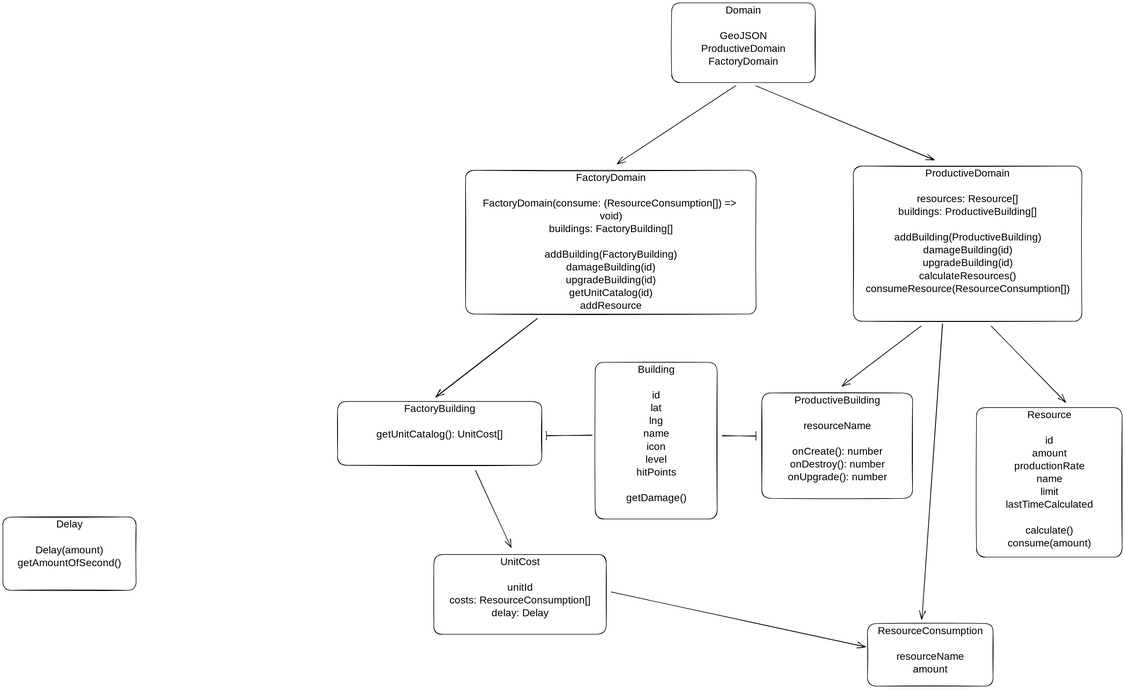
The Excalidraw diagram docs/architecture/.excalidraw.svg in Sokal21/rosario-city, before a commit. Source tidied: one line per element, renumbered; positions are measured from the earlier drawing's top-left corner, leaving out a move shared by most shapes.
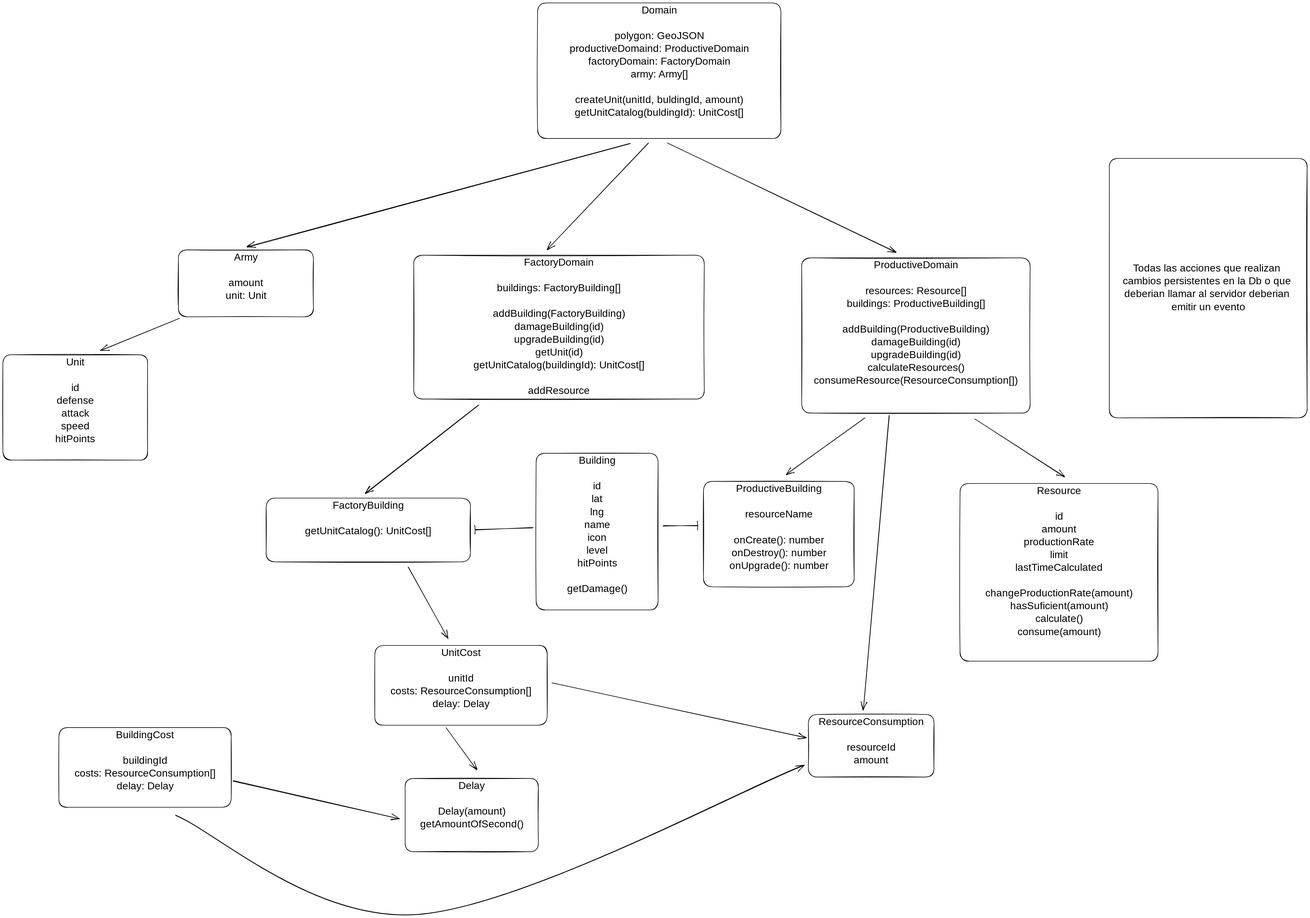
After the change.

What changed in the source:
```diff
@@ -1,32 +1,45 @@
-{"id": 0, "type": "rectangle", "strokeColor": "#000000", "strokeWidth": 2, "roughness": 1, "round": true, "x": 3417, "y": 1421, "width": 511, "height": 525}
+{"id": 0, "type": "rectangle", "strokeColor": "#000000", "strokeWidth": 2, "roughness": 1, "round": true, "x": 3567, "y": 1368, "width": 695, "height": 624}
 {"id": 1, "type": "text", "strokeColor": "#000000", "strokeWidth": 2, "roughness": 1, "fontSize": 36, "fontFamily": 1, "verticalAlign": "middle", "inside": 0, "x": 3867, "y": 1235, "width": 18, "height": 45}
-{"id": 2, "type": "text", "text": "Resource\n\nid\namount\nproductionRate\nname\nlimit\nlastTimeCalculated\n\ncalculate()\nconsume(amount)", "strokeColor": "#000000", "strokeWidth": 2, "roughness": 1, "fontSize": 36, "fontFamily": 1, "textAlign": "center", "inside": 0, "x": 3501, "y": 1426, "width": 342, "height": 495}
+{"id": 2, "type": "text", "text": "Resource\n\nid\namount\nproductionRate\nlimit\nlastTimeCalculated\n\nchangeProductionRate(amount)\nhasSuficient(amount)\ncalculate()\nconsume(amount)", "strokeColor": "#000000", "strokeWidth": 2, "roughness": 1, "fontSize": 36, "fontFamily": 1, "textAlign": "center", "inside": 0, "x": 3645, "y": 1373, "width": 538, "height": 540}
 {"id": 3, "type": "rectangle", "strokeColor": "#000000", "strokeWidth": 2, "roughness": 1, "round": true, "x": 2079, "y": 1262, "width": 428, "height": 550}
 {"id": 4, "type": "text", "text": "Building\n\nid\nlat\nlng\nname\nicon\nlevel\nhitPoints\n\ngetDamage()\n", "strokeColor": "#000000", "strokeWidth": 2, "roughness": 1, "fontSize": 36, "fontFamily": 1, "textAlign": "center", "inside": 3, "x": 2182, "y": 1267, "width": 222, "height": 540}
-{"id": 5, "type": "rectangle", "strokeColor": "#000000", "strokeWidth": 2, "roughness": 1, "round": true, "x": 2347, "y": 0, "width": 504, "height": 280}
+{"id": 5, "type": "rectangle", "strokeColor": "#000000", "strokeWidth": 2, "roughness": 1, "round": true, "x": 2084, "y": -319, "width": 854, "height": 476}
 {"id": 6, "type": "text", "strokeColor": "#000000", "strokeWidth": 2, "roughness": 1, "fontSize": 36, "fontFamily": 1, "verticalAlign": "middle", "inside": 5, "x": 3863, "y": 2010, "width": 18, "height": 45}
-{"id": 7, "type": "text", "text": "Domain\n\nGeoJSON\nProductiveDomain\nFactoryDomain\n", "strokeColor": "#000000", "strokeWidth": 2, "roughness": 1, "fontSize": 36, "fontFamily": 1, "textAlign": "center", "inside": 5, "x": 2447, "y": 5, "width": 304, "height": 270}
+{"id": 7, "type": "text", "text": "Domain\n\npolygon: GeoJSON\nproductiveDomaind: ProductiveDomain\nfactoryDomain: FactoryDomain\narmy: Army[]\n\ncreateUnit(unitId, buldingId, amount)\ngetUnitCatalog(buldingId): UnitCost[]\n", "strokeColor": "#000000", "strokeWidth": 2, "roughness": 1, "fontSize": 36, "fontFamily": 1, "textAlign": "center", "inside": 5, "x": 2180, "y": -314, "width": 663, "height": 450}
-{"id": 8, "type": "rectangle", "strokeColor": "#000000", "strokeWidth": 2, "roughness": 1, "round": true, "x": 2985, "y": 573, "width": 802, "height": 545}
+{"id": 8, "type": "rectangle", "strokeColor": "#000000", "strokeWidth": 2, "roughness": 1, "round": true, "x": 3011, "y": 576, "width": 802, "height": 545}
-{"id": 9, "type": "text", "text": "ProductiveDomain\n\nresources: Resource[]\nbuildings: ProductiveBuilding[]\n\naddBuilding(ProductiveBuilding)\ndamageBuilding(id)\nupgradeBuilding(id)\ncalculateResources()\nconsumeResource(ResourceConsumption[])", "strokeColor": "#000000", "strokeWidth": 2, "roughness": 1, "fontSize": 36, "fontFamily": 1, "textAlign": "center", "inside": 8, "x": 3026, "y": 578, "width": 720, "height": 450}
+{"id": 9, "type": "text", "text": "ProductiveDomain\n\nresources: Resource[]\nbuildings: ProductiveBuilding[]\n\naddBuilding(ProductiveBuilding)\ndamageBuilding(id)\nupgradeBuilding(id)\ncalculateResources()\nconsumeResource(ResourceConsumption[])", "strokeColor": "#000000", "strokeWidth": 2, "roughness": 1, "fontSize": 36, "fontFamily": 1, "textAlign": "center", "inside": 8, "x": 3052, "y": 581, "width": 720, "height": 450}
-{"id": 10, "type": "rectangle", "strokeColor": "#000000", "strokeWidth": 2, "roughness": 1, "round": true, "x": 2663, "y": 1370, "width": 529, "height": 370}
+{"id": 10, "type": "rectangle", "strokeColor": "#000000", "strokeWidth": 2, "roughness": 1, "round": true, "x": 2666, "y": 1361, "width": 529, "height": 370}
-{"id": 11, "type": "text", "text": "ProductiveBuilding\n\nresourceName\n\nonCreate(): number\nonDestroy(): number\nonUpgrade(): number\n", "strokeColor": "#000000", "strokeWidth": 2, "roughness": 1, "fontSize": 36, "fontFamily": 1, "textAlign": "center", "inside": 10, "x": 2755, "y": 1375, "width": 345, "height": 360}
+{"id": 11, "type": "text", "text": "ProductiveBuilding\n\nresourceName\n\nonCreate(): number\nonDestroy(): number\nonUpgrade(): number\n", "strokeColor": "#000000", "strokeWidth": 2, "roughness": 1, "fontSize": 36, "fontFamily": 1, "textAlign": "center", "inside": 10, "x": 2758, "y": 1366, "width": 345, "height": 360}
-{"id": 12, "type": "arrow", "strokeColor": "#000000", "strokeWidth": 2, "roughness": 1, "endArrowhead": "bar", "round": true, "from": 3, "to": 10, "x": 2525, "y": 1520, "width": 118, "height": 1, "points": [[0, 0], [118, 1]]}
+{"id": 12, "type": "arrow", "strokeColor": "#000000", "strokeWidth": 2, "roughness": 1, "endArrowhead": "bar", "round": true, "from": 3, "to": 10, "x": 2525, "y": 1517, "width": 120, "height": 1, "points": [[0, 0], [120, -1]]}
-{"id": 13, "type": "arrow", "strokeColor": "#000000", "strokeWidth": 2, "roughness": 1, "endArrowhead": "arrow", "round": true, "from": 8, "to": 10, "x": 3221, "y": 1136, "width": 277, "height": 210, "points": [[0, 0], [-277, 210]]}
+{"id": 13, "type": "arrow", "strokeColor": "#000000", "strokeWidth": 2, "roughness": 1, "endArrowhead": "arrow", "round": true, "from": 8, "to": 10, "x": 3232, "y": 1139, "width": 276, "height": 198, "points": [[0, 0], [-276, 198]]}
-{"id": 14, "type": "arrow", "strokeColor": "#000000", "strokeWidth": 2, "roughness": 1, "endArrowhead": "arrow", "round": true, "from": 8, "to": 0, "x": 3469, "y": 1135, "width": 259, "height": 267, "points": [[0, 0], [259, 267]]}
+{"id": 14, "type": "arrow", "strokeColor": "#000000", "strokeWidth": 2, "roughness": 1, "endArrowhead": "arrow", "round": true, "from": 8, "to": 0, "x": 3619, "y": 1142, "width": 313, "height": 203, "points": [[0, 0], [313, 203]]}
-{"id": 15, "type": "arrow", "strokeColor": "#000000", "strokeWidth": 2, "roughness": 1, "endArrowhead": "arrow", "round": true, "from": 5, "to": 8, "x": 2644, "y": 291, "width": 623, "height": 260, "points": [[0, 0], [623, 260]]}
+{"id": 15, "type": "arrow", "strokeColor": "#000000", "strokeWidth": 2, "roughness": 1, "endArrowhead": "arrow", "round": true, "from": 5, "to": 8, "x": 2541, "y": 173, "width": 800, "height": 383, "points": [[0, 0], [800, 383]]}
-{"id": 16, "type": "rectangle", "strokeColor": "#000000", "strokeWidth": 2, "roughness": 1, "round": true, "x": 1174, "y": 1400, "width": 717, "height": 224}
+{"id": 16, "type": "rectangle", "strokeColor": "#000000", "strokeWidth": 2, "roughness": 1, "round": true, "x": 1131, "y": 1420, "width": 717, "height": 224}
-{"id": 17, "type": "text", "text": "FactoryBuilding\n\ngetUnitCatalog(): UnitCost[]\n", "strokeColor": "#000000", "strokeWidth": 2, "roughness": 1, "fontSize": 36, "fontFamily": 1, "textAlign": "center", "inside": 16, "x": 1277, "y": 1405, "width": 511, "height": 180}
+{"id": 17, "type": "text", "text": "FactoryBuilding\n\ngetUnitCatalog(): UnitCost[]\n", "strokeColor": "#000000", "strokeWidth": 2, "roughness": 1, "fontSize": 36, "fontFamily": 1, "textAlign": "center", "inside": 16, "x": 1234, "y": 1425, "width": 511, "height": 180}
-{"id": 18, "type": "arrow", "strokeColor": "#000000", "strokeWidth": 2, "roughness": 1, "endArrowhead": "bar", "round": true, "from": 3, "to": 16, "x": 2068, "y": 1519, "width": 161, "height": 2, "points": [[0, 0], [-161, 2]]}
+{"id": 18, "type": "arrow", "strokeColor": "#000000", "strokeWidth": 2, "roughness": 1, "endArrowhead": "bar", "round": true, "from": 3, "to": 16, "x": 2068, "y": 1524, "width": 204, "height": 8, "points": [[0, 0], [-204, 8]]}
 {"id": 19, "type": "rectangle", "strokeColor": "#000000", "strokeWidth": 2, "roughness": 1, "round": true, "x": 3034, "y": 2179, "width": 441, "height": 220}
-{"id": 20, "type": "text", "text": "ResourceConsumption\n\nresourceName\namount", "strokeColor": "#000000", "strokeWidth": 2, "roughness": 1, "fontSize": 36, "fontFamily": 1, "textAlign": "center", "inside": 19, "x": 3073, "y": 2184, "width": 363, "height": 180}
+{"id": 20, "type": "text", "text": "ResourceConsumption\n\nresourceId\namount", "strokeColor": "#000000", "strokeWidth": 2, "roughness": 1, "fontSize": 36, "fontFamily": 1, "textAlign": "center", "inside": 19, "x": 3073, "y": 2184, "width": 363, "height": 180}
-{"id": 21, "type": "arrow", "strokeColor": "#000000", "strokeWidth": 2, "roughness": 1, "endArrowhead": "arrow", "round": true, "from": 8, "to": 19, "x": 3297, "y": 1126, "width": 72, "height": 1037, "points": [[0, 0], [-72, 1037]]}
+{"id": 21, "type": "arrow", "strokeColor": "#000000", "strokeWidth": 2, "roughness": 1, "endArrowhead": "arrow", "round": true, "from": 8, "to": 19, "x": 3317, "y": 1130, "width": 90, "height": 1034, "points": [[0, 0], [-90, 1034]]}
 {"id": 22, "type": "rectangle", "strokeColor": "#000000", "strokeWidth": 2, "roughness": 1, "round": true, "x": 1513, "y": 1937, "width": 605, "height": 280}
 {"id": 23, "type": "text", "text": "UnitCost\n\nunitId\ncosts: ResourceConsumption[]\ndelay: Delay\n", "strokeColor": "#000000", "strokeWidth": 2, "roughness": 1, "fontSize": 36, "fontFamily": 1, "textAlign": "center", "inside": 22, "x": 1554, "y": 1942, "width": 523, "height": 270}
-{"id": 24, "type": "rectangle", "strokeColor": "#000000", "strokeWidth": 2, "roughness": 1, "round": true, "x": 1623, "y": 588, "width": 1020, "height": 505}
+{"id": 24, "type": "rectangle", "strokeColor": "#000000", "strokeWidth": 2, "roughness": 1, "round": true, "x": 1649, "y": 567, "width": 1020, "height": 505}
-{"id": 25, "type": "text", "text": "FactoryDomain\n\nFactoryDomain(consume: (ResourceConsumption[]) => \nvoid)\nbuildings: FactoryBuilding[]\n\naddBuilding(FactoryBuilding)\ndamageBuilding(id)\nupgradeBuilding(id)\ngetUnitCatalog(id)\naddResource", "strokeColor": "#000000", "strokeWidth": 2, "roughness": 1, "fontSize": 36, "fontFamily": 1, "textAlign": "center", "inside": 24, "x": 1666, "y": 593, "width": 935, "height": 495}
+{"id": 25, "type": "text", "text": "FactoryDomain\n\nbuildings: FactoryBuilding[]\n\naddBuilding(FactoryBuilding)\ndamageBuilding(id)\nupgradeBuilding(id)\ngetUnit(id)\ngetUnitCatalog(buildingId): UnitCost[]\n \naddResource", "strokeColor": "#000000", "strokeWidth": 2, "roughness": 1, "fontSize": 36, "fontFamily": 1, "textAlign": "center", "inside": 24, "x": 1824, "y": 572, "width": 670, "height": 495}
-{"id": 26, "type": "arrow", "strokeColor": "#000000", "strokeWidth": 2, "roughness": 1, "endArrowhead": "arrow", "round": true, "from": 5, "to": 24, "x": 2572, "y": 290, "width": 415, "height": 275, "points": [[0, 0], [-415, 275]]}
+{"id": 26, "type": "arrow", "strokeColor": "#000000", "strokeWidth": 2, "roughness": 1, "endArrowhead": "arrow", "round": true, "from": 5, "to": 24, "x": 2473, "y": 173, "width": 355, "height": 374, "points": [[0, 0], [-355, 374]]}
-{"id": 27, "type": "arrow", "strokeColor": "#000000", "strokeWidth": 2, "roughness": 1, "endArrowhead": "arrow", "round": true, "from": 24, "to": 16, "x": 1876, "y": 1107, "width": 356, "height": 276, "points": [[0, 0], [-356, 276]]}
+{"id": 27, "type": "arrow", "strokeColor": "#000000", "strokeWidth": 2, "roughness": 1, "endArrowhead": "arrow", "round": true, "from": 24, "to": 16, "x": 1876, "y": 1092, "width": 398, "height": 312, "points": [[0, 0], [-398, 312]]}
-{"id": 28, "type": "rectangle", "strokeColor": "#000000", "strokeWidth": 2, "roughness": 1, "round": true, "x": 0, "y": 1805, "width": 468, "height": 257}
+{"id": 28, "type": "rectangle", "strokeColor": "#000000", "strokeWidth": 2, "roughness": 1, "round": true, "x": 1619, "y": 2404, "width": 468, "height": 257}
-{"id": 29, "type": "text", "text": "Delay\n\nDelay(amount)\ngetAmountOfSecond()", "strokeColor": "#000000", "strokeWidth": 2, "roughness": 1, "fontSize": 36, "fontFamily": 1, "textAlign": "center", "inside": 28, "x": 49, "y": 1810, "width": 370, "height": 180}
+{"id": 29, "type": "text", "text": "Delay\n\nDelay(amount)\ngetAmountOfSecond()", "strokeColor": "#000000", "strokeWidth": 2, "roughness": 1, "fontSize": 36, "fontFamily": 1, "textAlign": "center", "inside": 28, "x": 1668, "y": 2409, "width": 370, "height": 180}
 {"id": 30, "type": "arrow", "strokeColor": "#000000", "strokeWidth": 2, "roughness": 1, "endArrowhead": "arrow", "round": true, "from": 22, "to": 19, "x": 2135, "y": 2068, "width": 891, "height": 193, "points": [[0, 0], [891, 193]]}
-{"id": 31, "type": "arrow", "strokeColor": "#000000", "strokeWidth": 2, "roughness": 1, "endArrowhead": "arrow", "round": true, "from": 16, "to": 22, "x": 1659, "y": 1642, "width": 124, "height": 271, "points": [[0, 0], [124, 271]]}
+{"id": 31, "type": "arrow", "strokeColor": "#000000", "strokeWidth": 2, "roughness": 1, "endArrowhead": "arrow", "round": true, "from": 16, "to": 22, "x": 1630, "y": 1662, "width": 139, "height": 251, "points": [[0, 0], [139, 251]]}
+{"id": 32, "type": "arrow", "strokeColor": "#000000", "strokeWidth": 2, "roughness": 1, "endArrowhead": "arrow", "round": true, "from": 22, "to": 28, "x": 1763, "y": 2227, "width": 108, "height": 147, "points": [[0, 0], [108, 147]]}
+{"id": 33, "type": "rectangle", "strokeColor": "#000000", "strokeWidth": 2, "roughness": 1, "round": true, "x": 404, "y": 2225, "width": 605, "height": 280}
+{"id": 34, "type": "text", "text": "BuildingCost\n\nbuildingId\ncosts: ResourceConsumption[]\ndelay: Delay\n", "strokeColor": "#000000", "strokeWidth": 2, "roughness": 1, "fontSize": 36, "fontFamily": 1, "textAlign": "center", "inside": 33, "x": 445, "y": 2230, "width": 523, "height": 270}
+{"id": 35, "type": "arrow", "strokeColor": "#000000", "strokeWidth": 2, "roughness": 1, "endArrowhead": "arrow", "round": true, "from": 33, "to": 28, "x": 1017, "y": 2412, "width": 581, "height": 134, "points": [[0, 0], [581, 134]]}
+{"id": 36, "type": "arrow", "strokeColor": "#000000", "strokeWidth": 2, "roughness": 1, "endArrowhead": "arrow", "round": true, "from": 33, "to": 19, "x": 813, "y": 2533, "width": 2206, "height": 525, "points": [[0, 0], [853, 349], [2206, -175]]}
+{"id": 37, "type": "rectangle", "strokeColor": "#000000", "strokeWidth": 2, "roughness": 1, "round": true, "x": 207, "y": 916, "width": 508, "height": 370}
+{"id": 38, "type": "text", "text": "Unit\n\nid\ndefense\nattack\nspeed\nhitPoints\n", "strokeColor": "#000000", "strokeWidth": 2, "roughness": 1, "fontSize": 36, "fontFamily": 1, "textAlign": "center", "inside": 37, "x": 384, "y": 921, "width": 154, "height": 360}
+{"id": 39, "type": "rectangle", "strokeColor": "#000000", "strokeWidth": 2, "roughness": 1, "round": true, "x": 823, "y": 548, "width": 474, "height": 235}
+{"id": 40, "type": "text", "text": "Army\n\namount\nunit: Unit", "strokeColor": "#000000", "strokeWidth": 2, "roughness": 1, "fontSize": 36, "fontFamily": 1, "textAlign": "center", "inside": 39, "x": 979, "y": 553, "width": 163, "height": 180}
+{"id": 41, "type": "arrow", "strokeColor": "#000000", "strokeWidth": 2, "roughness": 1, "endArrowhead": "arrow", "round": true, "from": 39, "to": 37, "x": 825, "y": 788, "width": 275, "height": 114, "points": [[0, 0], [-275, 114]]}
+{"id": 42, "type": "arrow", "strokeColor": "#000000", "strokeWidth": 2, "roughness": 1, "endArrowhead": "arrow", "round": true, "from": 5, "to": 39, "x": 2408, "y": 174, "width": 1343, "height": 364, "points": [[0, 0], [-1343, 364]]}
+{"id": 43, "type": "rectangle", "strokeColor": "#000000", "strokeWidth": 2, "roughness": 1, "round": true, "x": 4091, "y": 227, "width": 694, "height": 911}
+{"id": 44, "type": "text", "text": "Todas las acciones que realizan \ncambios persistentes en la Db o que \ndeberian llamar al servidor deberian \nemitir un evento", "strokeColor": "#000000", "strokeWidth": 2, "roughness": 1, "fontSize": 36, "fontFamily": 1, "textAlign": "center", "verticalAlign": "middle", "inside": 43, "x": 4103, "y": 592, "width": 669, "height": 180}
```
